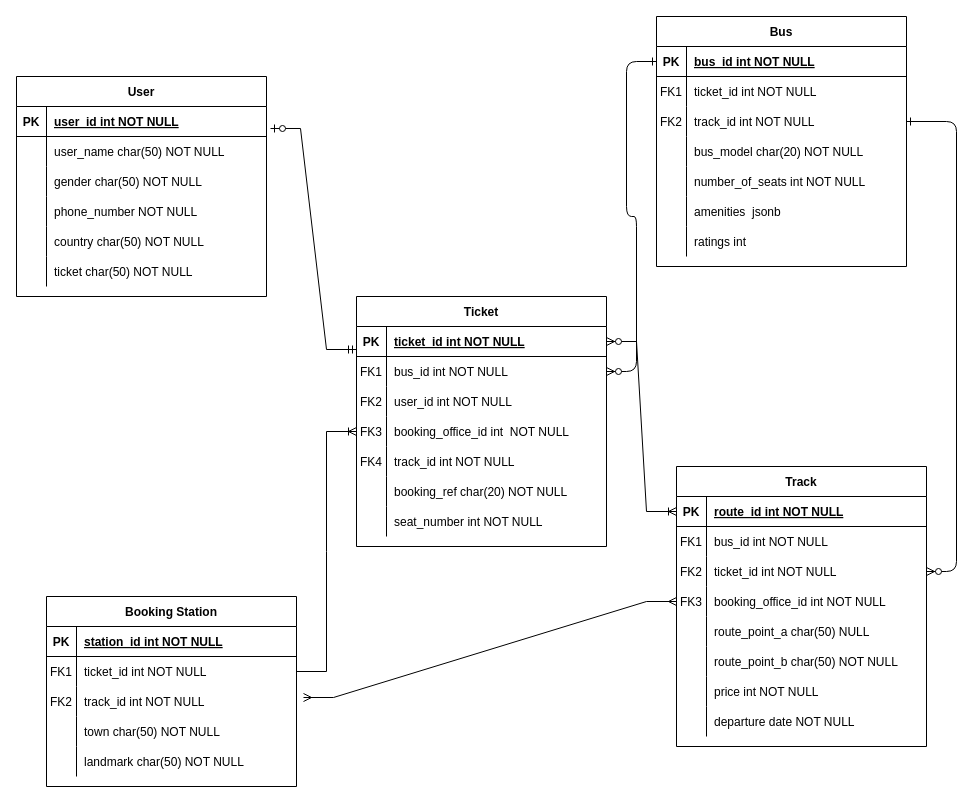
The draw.io diagram Untitled Diagram.drawio in SimonGideon/CODSOFT, before the edit. Source tidied: cells renumbered, new cells numbered last; positions are measured from the earlier drawing's top-left corner, leaving out a move shared by most shapes. Both pictures are drawn from the tidied source at 100%, with x=0, y=0 at pixel (16, 16).
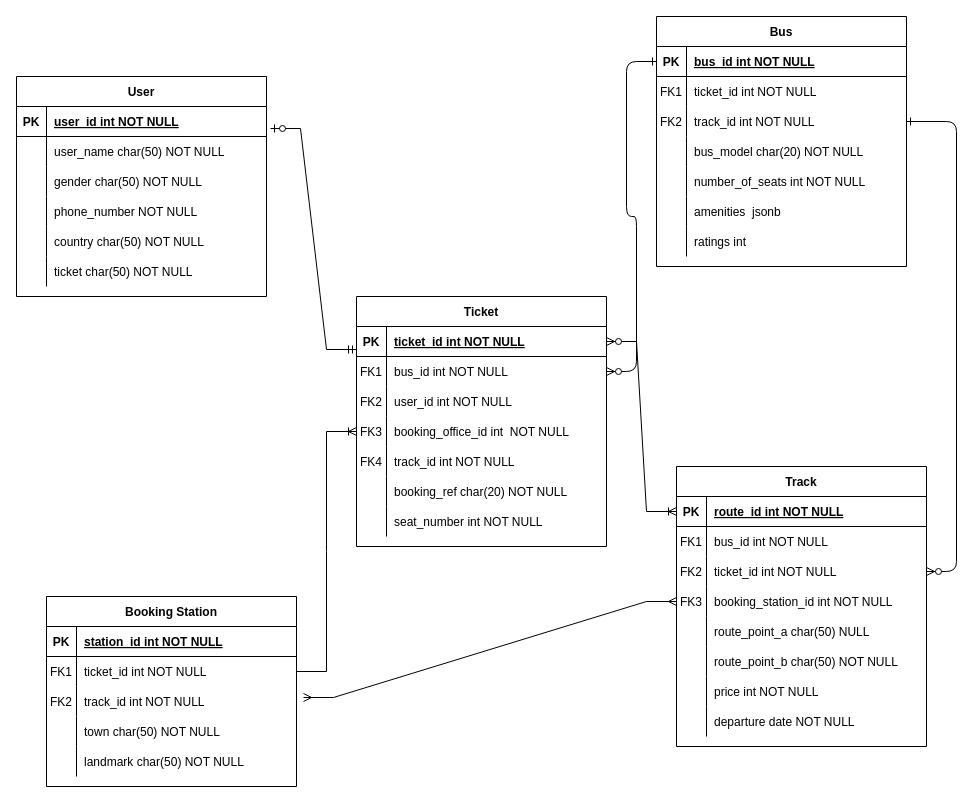
Above is the later version.

The change refers to these unchanged cells:
```xml
<mxCell id="35" style="shape=partialRectangle;fillColor=none;points=[[0,0.5],[1,0.5]];portConstraint=eastwest;top=0;left=0;right=0;bottom=0;" parent="25" vertex="1">
  <mxGeometry y="120" width="250" height="30" as="geometry" />
</mxCell>
```

Diff of the diagram source:
```diff
@@
-    <mxCell id="37" value="booking_office_id int NOT NULL" style="shape=partialRectangle;overflow=hidden;fillColor=none;top=0;left=0;bottom=0;right=0;align=left;spacingLeft=6;" parent="35" vertex="1">
+    <mxCell id="37" value="booking_station_id int NOT NULL" style="shape=partialRectangle;overflow=hidden;fillColor=none;top=0;left=0;bottom=0;right=0;align=left;spacingLeft=6;" parent="35" vertex="1">
       <mxGeometry x="30" width="220" height="30" as="geometry" />
     </mxCell>
```
